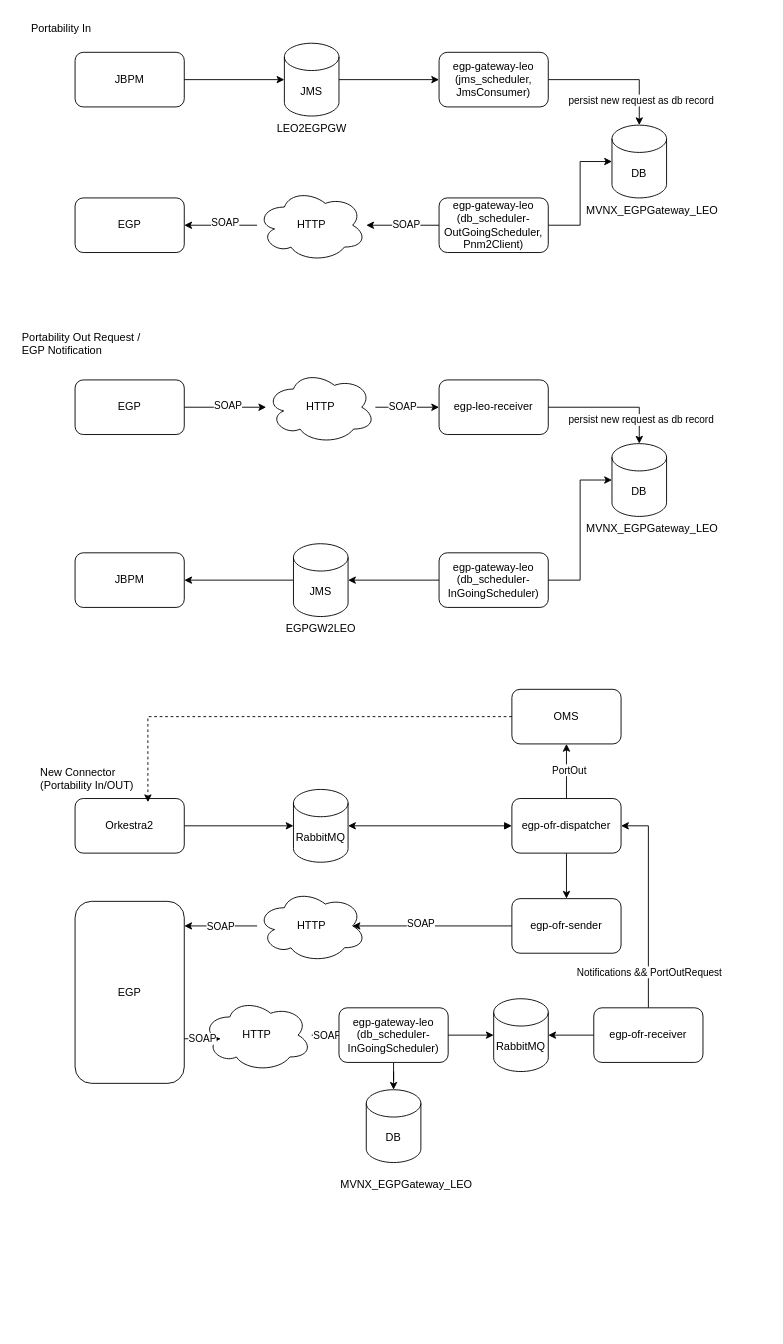
yakunin/design_io_pub keeps this draw.io diagram as Untitled Diagram.drawio. Above is the earlier version. Source tidied: cells renumbered, new cells numbered last; positions are measured from the earlier drawing's top-left corner, leaving out a move shared by most shapes. Both pictures are drawn from the tidied source at 91%, with x=0, y=0 at pixel (20, 15).
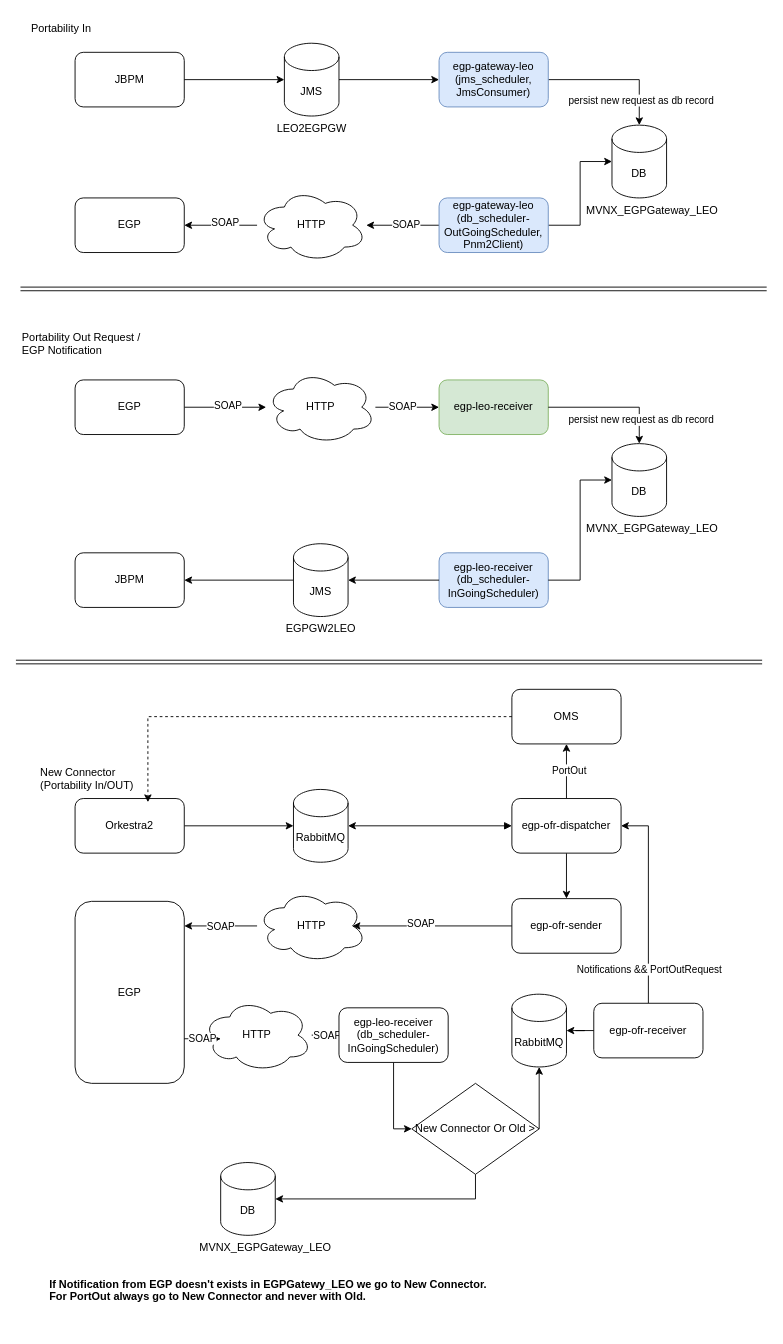
After the change.

Commit message:
- add condition for receiver

What changed in the source:
```diff
@@
-    <mxCell id="5" value="egp-gateway-leo (jms_scheduler, JmsConsumer)" style="rounded=1;whiteSpace=wrap;html=1;" parent="1" vertex="1">
+    <mxCell id="5" value="egp-gateway-leo (jms_scheduler, JmsConsumer)" style="rounded=1;whiteSpace=wrap;html=1;fillColor=#dae8fc;strokeColor=#6c8ebf;" parent="1" vertex="1">
       <mxGeometry x="460" y="40" width="120" height="60" as="geometry" />
     </mxCell>
@@
-    <mxCell id="16" value="egp-gateway-leo (db_scheduler-OutGoingScheduler, Pnm2Client)" style="rounded=1;whiteSpace=wrap;html=1;" parent="1" vertex="1">
+    <mxCell id="16" value="egp-gateway-leo (db_scheduler-OutGoingScheduler, Pnm2Client)" style="rounded=1;whiteSpace=wrap;html=1;fillColor=#dae8fc;strokeColor=#6c8ebf;" parent="1" vertex="1">
       <mxGeometry x="460" y="200" width="120" height="60" as="geometry" />
     </mxCell>
@@
-    <mxCell id="25" value="egp-leo-receiver" style="rounded=1;whiteSpace=wrap;html=1;" parent="1" vertex="1">
+    <mxCell id="25" value="egp-leo-receiver" style="rounded=1;whiteSpace=wrap;html=1;fillColor=#d5e8d4;strokeColor=#82b366;" parent="1" vertex="1">
       <mxGeometry x="460" y="400" width="120" height="60" as="geometry" />
     </mxCell>
@@
-    <mxCell id="33" value="egp-gateway-leo (db_scheduler-InGoingScheduler)" style="rounded=1;whiteSpace=wrap;html=1;" parent="1" vertex="1">
+    <mxCell id="33" value="egp-leo-receiver (db_scheduler-InGoingScheduler)" style="rounded=1;whiteSpace=wrap;html=1;fillColor=#dae8fc;strokeColor=#6c8ebf;" parent="1" vertex="1">
       <mxGeometry x="460" y="590" width="120" height="60" as="geometry" />
     </mxCell>
@@
     <mxCell id="52" value="egp-ofr-receiver" style="rounded=1;whiteSpace=wrap;html=1;" parent="1" vertex="1">
-      <mxGeometry x="630" y="1090" width="120" height="60" as="geometry" />
+      <mxGeometry x="630" y="1085" width="120" height="60" as="geometry" />
     </mxCell>
@@
-    <mxCell id="64" style="edgeStyle=orthogonalEdgeStyle;rounded=0;jettySize=auto;html=1;" parent="1" edge="1" source="65" target="66">
-      <mxGeometry relative="1" as="geometry" />
+    <mxCell id="64" style="edgeStyle=orthogonalEdgeStyle;rounded=0;jettySize=auto;html=1;exitX=0.5;exitY=1;exitDx=0;exitDy=0;" parent="1" edge="1" source="76" target="66">
+      <mxGeometry relative="1" as="geometry">
+        <Array as="points">
+          <mxPoint x="500" y="1300" />
+        </Array>
+      </mxGeometry>
     </mxCell>
+    <mxCell id="73" style="edgeStyle=orthogonalEdgeStyle;rounded=0;jettySize=auto;html=1;entryX=0;entryY=0.5;entryDx=0;entryDy=0;" parent="1" edge="1" source="65" target="76">
+      <mxGeometry relative="1" as="geometry" />
+    </mxCell>
-    <mxCell id="65" value="egp-gateway-leo (db_scheduler-InGoingScheduler)" style="rounded=1;whiteSpace=wrap;html=1;" parent="1" vertex="1">
+    <mxCell id="65" value="egp-leo-receiver (db_scheduler-InGoingScheduler)" style="rounded=1;whiteSpace=wrap;html=1;" parent="1" vertex="1">
       <mxGeometry x="350" y="1090" width="120" height="60" as="geometry" />
     </mxCell>
     <mxCell id="66" value="DB" style="shape=cylinder3;whiteSpace=wrap;html=1;boundedLbl=1;backgroundOutline=1;size=15;" parent="1" vertex="1">
-      <mxGeometry x="380" y="1180" width="60" height="80" as="geometry" />
+      <mxGeometry x="220" y="1260" width="60" height="80" as="geometry" />
     </mxCell>
     <mxCell id="67" value="MVNX_EGPGateway_LEO" style="text;whiteSpace=wrap;" parent="1" vertex="1">
-      <mxGeometry x="350" y="1270" width="110" height="40" as="geometry" />
+      <mxGeometry x="195" y="1340" width="110" height="40" as="geometry" />
     </mxCell>
     <mxCell id="68" value="RabbitMQ" style="shape=cylinder3;whiteSpace=wrap;html=1;boundedLbl=1;backgroundOutline=1;size=15;rotation=0;" parent="1" vertex="1">
-      <mxGeometry x="520" y="1080" width="60" height="80" as="geometry" />
+      <mxGeometry x="540" y="1075" width="60" height="80" as="geometry" />
     </mxCell>
-    <mxCell id="69" style="edgeStyle=orthogonalEdgeStyle;rounded=0;jettySize=auto;html=1;entryX=0;entryY=0.5;entryDx=0;entryDy=0;entryPerimeter=0;" parent="1" edge="1" source="65" target="68">
-      <mxGeometry relative="1" as="geometry" />
-    </mxCell>
@@
+    <mxCell id="74" style="shape=link;html=1;rounded=0;" parent="1" edge="1">
+      <mxGeometry relative="1" as="geometry">
+        <mxPoint y="300" as="sourcePoint" />
+        <mxPoint x="820" y="300" as="targetPoint" />
+      </mxGeometry>
+    </mxCell>
+    <mxCell id="75" style="shape=link;html=1;rounded=0;" parent="1" edge="1">
+      <mxGeometry relative="1" as="geometry">
+        <mxPoint x="-5" y="710" as="sourcePoint" />
+        <mxPoint x="815" y="710" as="targetPoint" />
+      </mxGeometry>
+    </mxCell>
+    <mxCell id="76" value="New Connector Or Old &amp;gt;" style="rhombus;whiteSpace=wrap;html=1;" parent="1" vertex="1">
+      <mxGeometry x="430" y="1173" width="140" height="100" as="geometry" />
+    </mxCell>
+    <mxCell id="77" style="edgeStyle=orthogonalEdgeStyle;rounded=0;jettySize=auto;html=1;entryX=0.5;entryY=1;entryDx=0;entryDy=0;entryPerimeter=0;exitX=1;exitY=0.5;exitDx=0;exitDy=0;" parent="1" edge="1" source="76" target="68">
+      <mxGeometry relative="1" as="geometry">
+        <Array as="points">
+          <mxPoint x="570" y="1210" />
+          <mxPoint x="570" y="1210" />
+        </Array>
+      </mxGeometry>
+    </mxCell>
+    <mxCell id="78" value="&lt;h1 style=&quot;margin-top: 0px;&quot;&gt;If Notification from EGP doesn't exists in EGPGatewy_LEO we go to New Connector.&lt;br&gt;For PortOut always go to New Connector and never with Old.&lt;/h1&gt;" style="text;html=1;whiteSpace=wrap;overflow=hidden;rounded=0;fontStyle=0;fontSize=6;" parent="1" vertex="1">
+      <mxGeometry x="30" y="1380" width="730" height="60" as="geometry" />
+    </mxCell>
```
